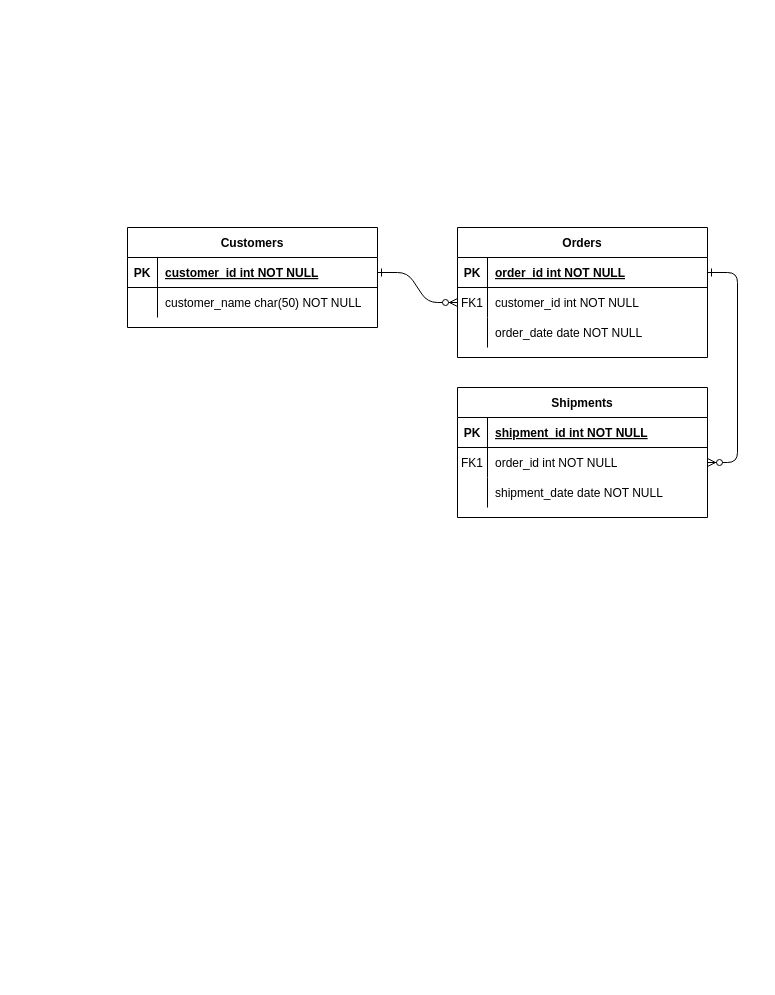
Earlier version of the draw.io diagram SuperAgent.drawio (FREDRICKKYEKI/DRAW_IO). Source tidied: cells renumbered, new cells numbered last; positions are measured from the earlier drawing's top-left corner, leaving out a move shared by most shapes. Both pictures are drawn from the tidied source at 100%, with x=0, y=0 at pixel (127, 227).
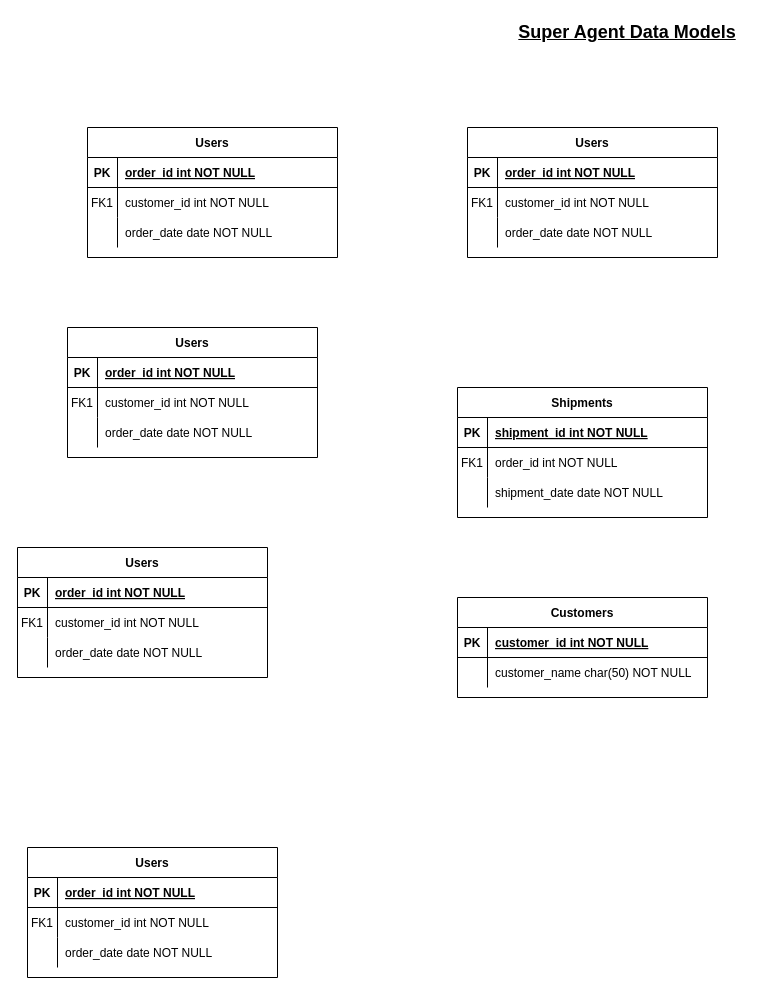
The same diagram, later.

The change refers to these unchanged cells:
```xml
<mxCell id="5" style="shape=partialRectangle;fillColor=none;points=[[0,0.5],[1,0.5]];portConstraint=eastwest;top=0;left=0;right=0;bottom=1;" parent="4" vertex="1">
  <mxGeometry y="30" width="250" height="30" as="geometry" />
</mxCell>
<mxCell id="8" style="shape=partialRectangle;fillColor=none;points=[[0,0.5],[1,0.5]];portConstraint=eastwest;top=0;left=0;right=0;bottom=0;" parent="4" vertex="1">
  <mxGeometry y="60" width="250" height="30" as="geometry" />
</mxCell>
<mxCell id="18" style="shape=partialRectangle;fillColor=none;points=[[0,0.5],[1,0.5]];portConstraint=eastwest;top=0;left=0;right=0;bottom=0;" parent="14" vertex="1">
  <mxGeometry y="60" width="250" height="30" as="geometry" />
</mxCell>
<mxCell id="25" style="shape=partialRectangle;fillColor=none;points=[[0,0.5],[1,0.5]];portConstraint=eastwest;top=0;left=0;right=0;bottom=1;" parent="24" vertex="1">
  <mxGeometry y="30" width="250" height="30" as="geometry" />
</mxCell>
```

What changed in the source:
```diff
@@
-    <mxCell id="2" style="edgeStyle=entityRelationEdgeStyle;endArrow=ERzeroToMany;startArrow=ERone;endFill=1;startFill=0;" parent="1" edge="1" source="25" target="8">
-      <mxGeometry relative="1" as="geometry" />
-    </mxCell>
-    <mxCell id="3" style="edgeStyle=entityRelationEdgeStyle;endArrow=ERzeroToMany;startArrow=ERone;endFill=1;startFill=0;" parent="1" edge="1" source="5" target="18">
-      <mxGeometry relative="1" as="geometry" />
-    </mxCell>
-    <mxCell id="4" value="Orders" style="shape=table;startSize=30;childLayout=tableLayout;rowLines=0;fontStyle=1;align=center;" parent="1" vertex="1">
-      <mxGeometry x="330" width="250" height="130" as="geometry" />
+    <mxCell id="4" value="Users" style="shape=table;startSize=30;childLayout=tableLayout;rowLines=0;fontStyle=1;align=center;" parent="1" vertex="1">
+      <mxGeometry x="340" y="-100" width="250" height="130" as="geometry" />
     </mxCell>
@@
     <mxCell id="24" value="Customers" style="shape=table;startSize=30;childLayout=tableLayout;rowLines=0;fontStyle=1;align=center;" parent="1" vertex="1">
-      <mxGeometry width="250" height="100" as="geometry" />
+      <mxGeometry x="330" y="370" width="250" height="100" as="geometry" />
     </mxCell>
@@
+    <mxCell id="31" value="&lt;b&gt;&lt;font style=&quot;font-size: 18px;&quot;&gt;&lt;u&gt;Super Agent Data Models&lt;/u&gt;&lt;/font&gt;&lt;/b&gt;" style="text;html=1;align=center;verticalAlign=middle;whiteSpace=wrap;rounded=0;" parent="1" vertex="1">
+      <mxGeometry x="370" y="-210" width="260" height="30" as="geometry" />
+    </mxCell>
+    <mxCell id="32" value="Users" style="shape=table;startSize=30;childLayout=tableLayout;rowLines=0;fontStyle=1;align=center;" parent="1" vertex="1">
+      <mxGeometry x="-40" y="-100" width="250" height="130" as="geometry" />
+    </mxCell>
+    <mxCell id="33" style="shape=partialRectangle;fillColor=none;top=0;left=0;right=0;bottom=1;" parent="32" vertex="1">
+      <mxGeometry y="30" width="250" height="30" as="geometry" />
+    </mxCell>
+    <mxCell id="34" value="PK" style="shape=partialRectangle;overflow=hidden;fillColor=none;top=0;left=0;bottom=0;right=0;fontStyle=1;" parent="33" vertex="1">
+      <mxGeometry width="30" height="30" as="geometry" />
+    </mxCell>
+    <mxCell id="35" value="order_id int NOT NULL " style="shape=partialRectangle;overflow=hidden;fillColor=none;top=0;left=0;bottom=0;right=0;align=left;spacingLeft=6;fontStyle=5;" parent="33" vertex="1">
+      <mxGeometry x="30" width="220" height="30" as="geometry" />
+    </mxCell>
+    <mxCell id="36" style="shape=partialRectangle;fillColor=none;top=0;left=0;right=0;bottom=0;" parent="32" vertex="1">
+      <mxGeometry y="60" width="250" height="30" as="geometry" />
+    </mxCell>
+    <mxCell id="37" value="FK1" style="shape=partialRectangle;overflow=hidden;fillColor=none;top=0;left=0;bottom=0;right=0;" parent="36" vertex="1">
+      <mxGeometry width="30" height="30" as="geometry" />
+    </mxCell>
+    <mxCell id="38" value="customer_id int NOT NULL" style="shape=partialRectangle;overflow=hidden;fillColor=none;top=0;left=0;bottom=0;right=0;align=left;spacingLeft=6;" parent="36" vertex="1">
+      <mxGeometry x="30" width="220" height="30" as="geometry" />
+    </mxCell>
+    <mxCell id="39" style="shape=partialRectangle;fillColor=none;top=0;left=0;right=0;bottom=0;" parent="32" vertex="1">
+      <mxGeometry y="90" width="250" height="30" as="geometry" />
+    </mxCell>
+    <mxCell id="40" style="shape=partialRectangle;overflow=hidden;fillColor=none;top=0;left=0;bottom=0;right=0;" parent="39" vertex="1">
+      <mxGeometry width="30" height="30" as="geometry" />
+    </mxCell>
+    <mxCell id="41" value="order_date date NOT NULL" style="shape=partialRectangle;overflow=hidden;fillColor=none;top=0;left=0;bottom=0;right=0;align=left;spacingLeft=6;" parent="39" vertex="1">
+      <mxGeometry x="30" width="220" height="30" as="geometry" />
+    </mxCell>
+    <mxCell id="42" value="Users" style="shape=table;startSize=30;childLayout=tableLayout;rowLines=0;fontStyle=1;align=center;" parent="1" vertex="1">
+      <mxGeometry x="-60" y="100" width="250" height="130" as="geometry" />
+    </mxCell>
+    <mxCell id="43" style="shape=partialRectangle;fillColor=none;top=0;left=0;right=0;bottom=1;" parent="42" vertex="1">
+      <mxGeometry y="30" width="250" height="30" as="geometry" />
+    </mxCell>
+    <mxCell id="44" value="PK" style="shape=partialRectangle;overflow=hidden;fillColor=none;top=0;left=0;bottom=0;right=0;fontStyle=1;" parent="43" vertex="1">
+      <mxGeometry width="30" height="30" as="geometry" />
+    </mxCell>
+    <mxCell id="45" value="order_id int NOT NULL " style="shape=partialRectangle;overflow=hidden;fillColor=none;top=0;left=0;bottom=0;right=0;align=left;spacingLeft=6;fontStyle=5;" parent="43" vertex="1">
+      <mxGeometry x="30" width="220" height="30" as="geometry" />
+    </mxCell>
+    <mxCell id="46" style="shape=partialRectangle;fillColor=none;top=0;left=0;right=0;bottom=0;" parent="42" vertex="1">
+      <mxGeometry y="60" width="250" height="30" as="geometry" />
+    </mxCell>
+    <mxCell id="47" value="FK1" style="shape=partialRectangle;overflow=hidden;fillColor=none;top=0;left=0;bottom=0;right=0;" parent="46" vertex="1">
+      <mxGeometry width="30" height="30" as="geometry" />
+    </mxCell>
+    <mxCell id="48" value="customer_id int NOT NULL" style="shape=partialRectangle;overflow=hidden;fillColor=none;top=0;left=0;bottom=0;right=0;align=left;spacingLeft=6;" parent="46" vertex="1">
+      <mxGeometry x="30" width="220" height="30" as="geometry" />
+    </mxCell>
+    <mxCell id="49" style="shape=partialRectangle;fillColor=none;top=0;left=0;right=0;bottom=0;" parent="42" vertex="1">
+      <mxGeometry y="90" width="250" height="30" as="geometry" />
+    </mxCell>
+    <mxCell id="50" style="shape=partialRectangle;overflow=hidden;fillColor=none;top=0;left=0;bottom=0;right=0;" parent="49" vertex="1">
+      <mxGeometry width="30" height="30" as="geometry" />
+    </mxCell>
+    <mxCell id="51" value="order_date date NOT NULL" style="shape=partialRectangle;overflow=hidden;fillColor=none;top=0;left=0;bottom=0;right=0;align=left;spacingLeft=6;" parent="49" vertex="1">
+      <mxGeometry x="30" width="220" height="30" as="geometry" />
+    </mxCell>
+    <mxCell id="52" value="Users" style="shape=table;startSize=30;childLayout=tableLayout;rowLines=0;fontStyle=1;align=center;" parent="1" vertex="1">
+      <mxGeometry x="-110" y="320" width="250" height="130" as="geometry" />
+    </mxCell>
+    <mxCell id="53" style="shape=partialRectangle;fillColor=none;top=0;left=0;right=0;bottom=1;" parent="52" vertex="1">
+      <mxGeometry y="30" width="250" height="30" as="geometry" />
+    </mxCell>
+    <mxCell id="54" value="PK" style="shape=partialRectangle;overflow=hidden;fillColor=none;top=0;left=0;bottom=0;right=0;fontStyle=1;" parent="53" vertex="1">
+      <mxGeometry width="30" height="30" as="geometry" />
+    </mxCell>
+    <mxCell id="55" value="order_id int NOT NULL " style="shape=partialRectangle;overflow=hidden;fillColor=none;top=0;left=0;bottom=0;right=0;align=left;spacingLeft=6;fontStyle=5;" parent="53" vertex="1">
+      <mxGeometry x="30" width="220" height="30" as="geometry" />
+    </mxCell>
+    <mxCell id="56" style="shape=partialRectangle;fillColor=none;top=0;left=0;right=0;bottom=0;" parent="52" vertex="1">
+      <mxGeometry y="60" width="250" height="30" as="geometry" />
+    </mxCell>
+    <mxCell id="57" value="FK1" style="shape=partialRectangle;overflow=hidden;fillColor=none;top=0;left=0;bottom=0;right=0;" parent="56" vertex="1">
+      <mxGeometry width="30" height="30" as="geometry" />
+    </mxCell>
+    <mxCell id="58" value="customer_id int NOT NULL" style="shape=partialRectangle;overflow=hidden;fillColor=none;top=0;left=0;bottom=0;right=0;align=left;spacingLeft=6;" parent="56" vertex="1">
+      <mxGeometry x="30" width="220" height="30" as="geometry" />
+    </mxCell>
+    <mxCell id="59" style="shape=partialRectangle;fillColor=none;top=0;left=0;right=0;bottom=0;" parent="52" vertex="1">
+      <mxGeometry y="90" width="250" height="30" as="geometry" />
+    </mxCell>
+    <mxCell id="60" style="shape=partialRectangle;overflow=hidden;fillColor=none;top=0;left=0;bottom=0;right=0;" parent="59" vertex="1">
+      <mxGeometry width="30" height="30" as="geometry" />
+    </mxCell>
+    <mxCell id="61" value="order_date date NOT NULL" style="shape=partialRectangle;overflow=hidden;fillColor=none;top=0;left=0;bottom=0;right=0;align=left;spacingLeft=6;" parent="59" vertex="1">
+      <mxGeometry x="30" width="220" height="30" as="geometry" />
+    </mxCell>
+    <mxCell id="62" value="Users" style="shape=table;startSize=30;childLayout=tableLayout;rowLines=0;fontStyle=1;align=center;" parent="1" vertex="1">
+      <mxGeometry x="-100" y="620" width="250" height="130" as="geometry" />
+    </mxCell>
+    <mxCell id="63" style="shape=partialRectangle;fillColor=none;top=0;left=0;right=0;bottom=1;" parent="62" vertex="1">
+      <mxGeometry y="30" width="250" height="30" as="geometry" />
+    </mxCell>
+    <mxCell id="64" value="PK" style="shape=partialRectangle;overflow=hidden;fillColor=none;top=0;left=0;bottom=0;right=0;fontStyle=1;" parent="63" vertex="1">
+      <mxGeometry width="30" height="30" as="geometry" />
+    </mxCell>
+    <mxCell id="65" value="order_id int NOT NULL " style="shape=partialRectangle;overflow=hidden;fillColor=none;top=0;left=0;bottom=0;right=0;align=left;spacingLeft=6;fontStyle=5;" parent="63" vertex="1">
+      <mxGeometry x="30" width="220" height="30" as="geometry" />
+    </mxCell>
+    <mxCell id="66" style="shape=partialRectangle;fillColor=none;top=0;left=0;right=0;bottom=0;" parent="62" vertex="1">
+      <mxGeometry y="60" width="250" height="30" as="geometry" />
+    </mxCell>
+    <mxCell id="67" value="FK1" style="shape=partialRectangle;overflow=hidden;fillColor=none;top=0;left=0;bottom=0;right=0;" parent="66" vertex="1">
+      <mxGeometry width="30" height="30" as="geometry" />
+    </mxCell>
+    <mxCell id="68" value="customer_id int NOT NULL" style="shape=partialRectangle;overflow=hidden;fillColor=none;top=0;left=0;bottom=0;right=0;align=left;spacingLeft=6;" parent="66" vertex="1">
+      <mxGeometry x="30" width="220" height="30" as="geometry" />
+    </mxCell>
+    <mxCell id="69" style="shape=partialRectangle;fillColor=none;top=0;left=0;right=0;bottom=0;" parent="62" vertex="1">
+      <mxGeometry y="90" width="250" height="30" as="geometry" />
+    </mxCell>
+    <mxCell id="70" style="shape=partialRectangle;overflow=hidden;fillColor=none;top=0;left=0;bottom=0;right=0;" parent="69" vertex="1">
+      <mxGeometry width="30" height="30" as="geometry" />
+    </mxCell>
+    <mxCell id="71" value="order_date date NOT NULL" style="shape=partialRectangle;overflow=hidden;fillColor=none;top=0;left=0;bottom=0;right=0;align=left;spacingLeft=6;" parent="69" vertex="1">
+      <mxGeometry x="30" width="220" height="30" as="geometry" />
+    </mxCell>
```
